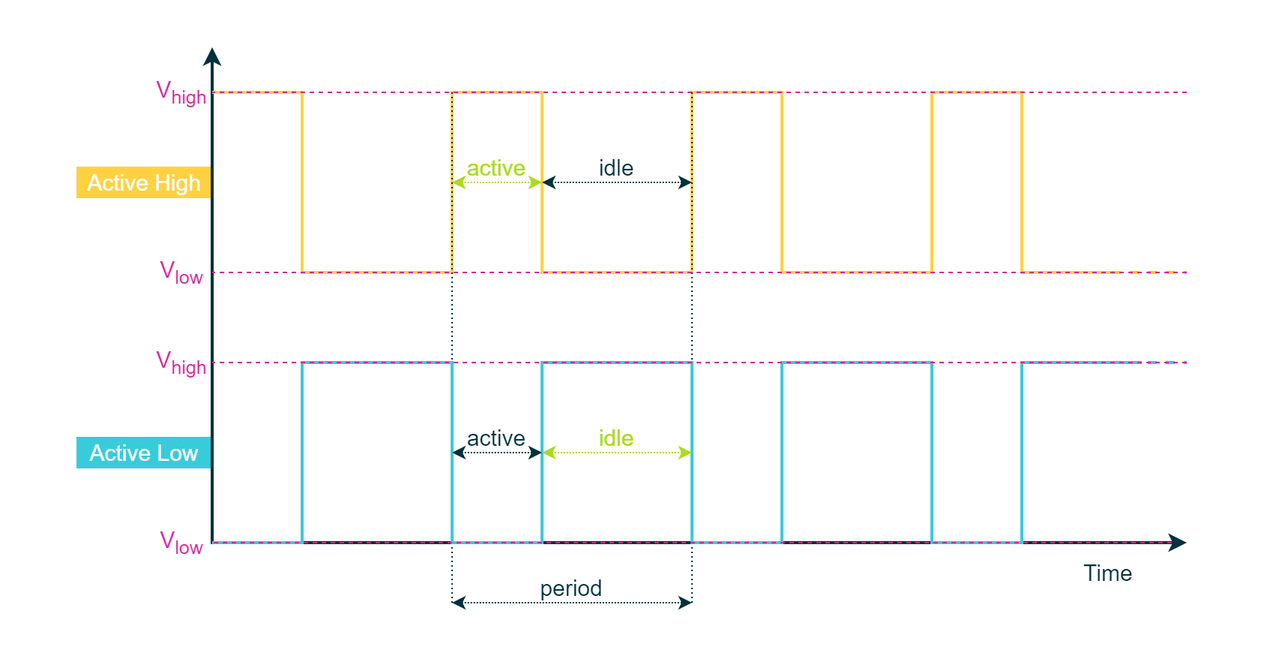
Above: draw.io/PE Articles/General knowledge/Fundamentals/PWM 101 from Duty Cycle to Motor Control/Active high and low PWM (PE).png in PLAY-Embedded/pe_assets (draw.io), before the change. Source tidied: cells renumbered, new cells last; positions are measured from the earlier drawing's top-left corner, leaving out a move shared by most shapes.
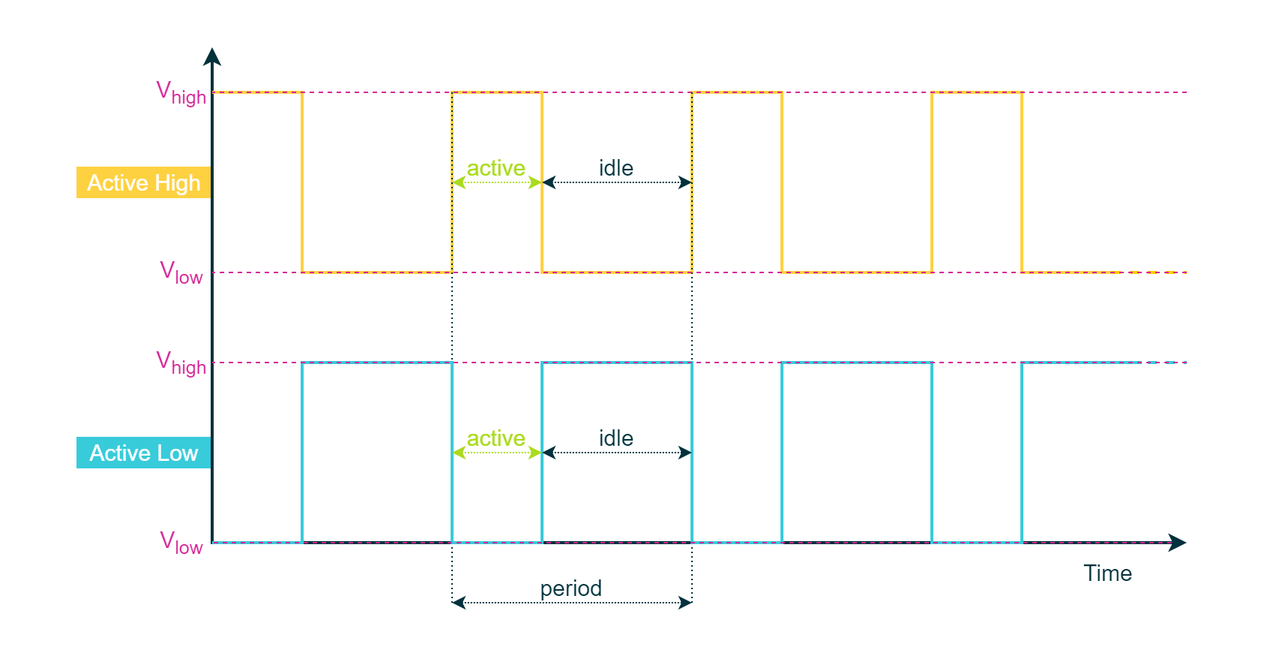
The same diagram one commit later.

Change to the diagram source:
```diff
@@ -117,19 +117,19 @@
         </Array>
       </mxGeometry>
     </mxCell>
-    <mxCell id="19" value="&lt;font color=&quot;#00313c&quot; style=&quot;font-size: 15px;&quot;&gt;active&lt;/font&gt;" style="rounded=0;whiteSpace=wrap;html=1;strokeColor=none;strokeWidth=1;fillColor=none;fontFamily=Arial;fontSize=8;fontColor=#4DB182;align=center;" parent="1" vertex="1">
+    <mxCell id="19" value="&lt;font color=&quot;#aadb1e&quot; style=&quot;font-size: 15px;&quot;&gt;active&lt;/font&gt;" style="rounded=0;whiteSpace=wrap;html=1;strokeColor=none;strokeWidth=1;fillColor=none;fontFamily=Arial;fontSize=8;fontColor=#4DB182;align=center;" parent="1" vertex="1">
       <mxGeometry x="300" y="280" width="60" height="20" as="geometry" />
     </mxCell>
-    <mxCell id="20" style="endArrow=classic;startArrow=classic;html=1;labelBackgroundColor=none;strokeColor=#00313C;strokeWidth=1;fillColor=#00313C;fontFamily=Arial;fontSize=8;fontColor=#0067B9;dashed=1;dashPattern=1 1;" parent="1" edge="1">
+    <mxCell id="20" style="endArrow=classic;startArrow=classic;html=1;labelBackgroundColor=none;strokeColor=#AADB1E;strokeWidth=1;fillColor=#AADB1E;fontFamily=Arial;fontSize=8;fontColor=#0067B9;dashed=1;dashPattern=1 1;" parent="1" edge="1">
       <mxGeometry relative="1" as="geometry">
         <mxPoint x="300" y="300" as="sourcePoint" />
         <mxPoint x="360" y="300" as="targetPoint" />
       </mxGeometry>
     </mxCell>
-    <mxCell id="21" value="&lt;font color=&quot;#aadb1e&quot; style=&quot;font-size: 15px;&quot;&gt;idle&lt;/font&gt;" style="rounded=0;whiteSpace=wrap;html=1;strokeColor=none;strokeWidth=1;fillColor=none;fontFamily=Arial;fontSize=8;fontColor=#4DB182;align=center;" parent="1" vertex="1">
+    <mxCell id="21" value="&lt;font color=&quot;#00313c&quot; style=&quot;font-size: 15px;&quot;&gt;idle&lt;/font&gt;" style="rounded=0;whiteSpace=wrap;html=1;strokeColor=none;strokeWidth=1;fillColor=none;fontFamily=Arial;fontSize=8;fontColor=#4DB182;align=center;" parent="1" vertex="1">
       <mxGeometry x="360" y="280" width="100" height="20" as="geometry" />
     </mxCell>
-    <mxCell id="22" style="endArrow=classic;startArrow=classic;html=1;labelBackgroundColor=none;strokeColor=#AADB1E;strokeWidth=1;fillColor=#AADB1E;fontFamily=Arial;fontSize=8;fontColor=#0067B9;dashed=1;dashPattern=1 1;" parent="1" edge="1">
+    <mxCell id="22" style="endArrow=classic;startArrow=classic;html=1;labelBackgroundColor=none;strokeColor=#00313C;strokeWidth=1;fillColor=#00313C;fontFamily=Arial;fontSize=8;fontColor=#0067B9;dashed=1;dashPattern=1 1;" parent="1" edge="1">
       <mxGeometry relative="1" as="geometry">
         <mxPoint x="360" y="300" as="sourcePoint" />
         <mxPoint x="460" y="300" as="targetPoint" />
```
